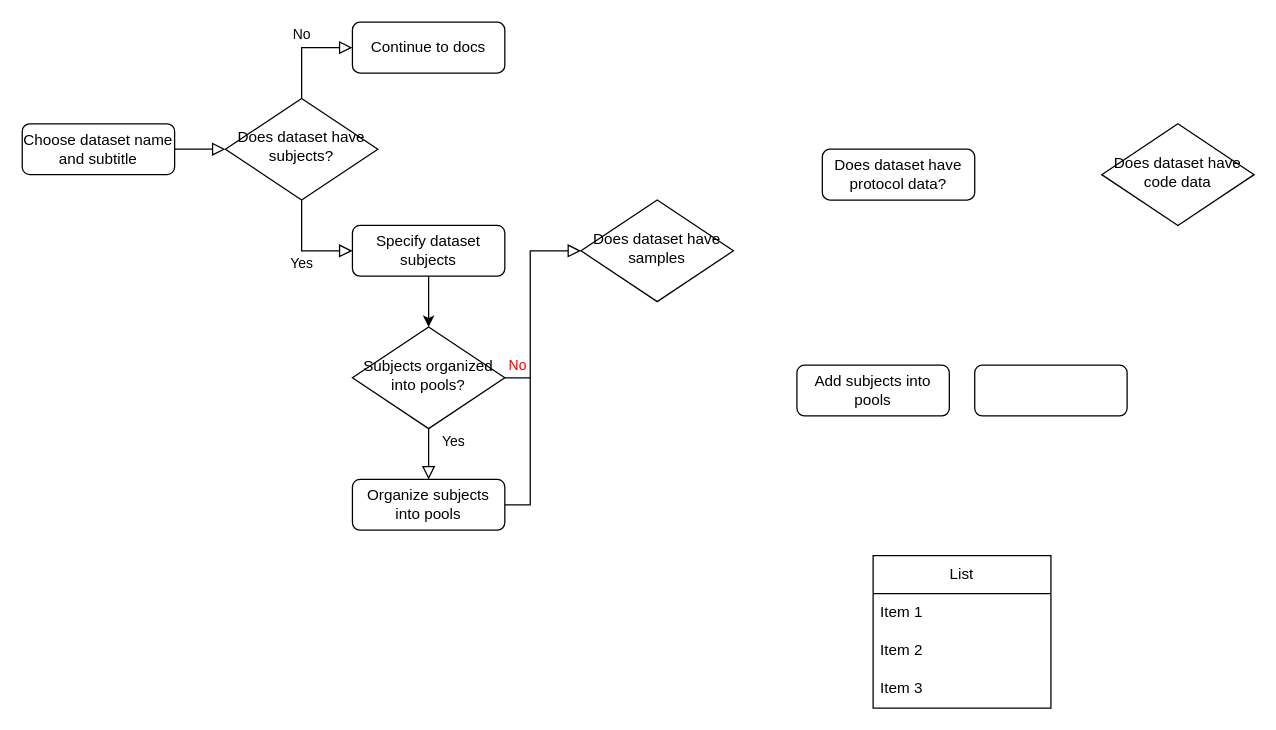
JacobiClark/Guided-Mode-Flow-Chart keeps this draw.io diagram as Untitled Diagram.drawio. Above is the earlier version. Source tidied: cells renumbered, new cells numbered last; positions are measured from the earlier drawing's top-left corner, leaving out a move shared by most shapes. Both pictures are drawn from the tidied source at 127%, with x=0, y=0 at pixel (22, 22).
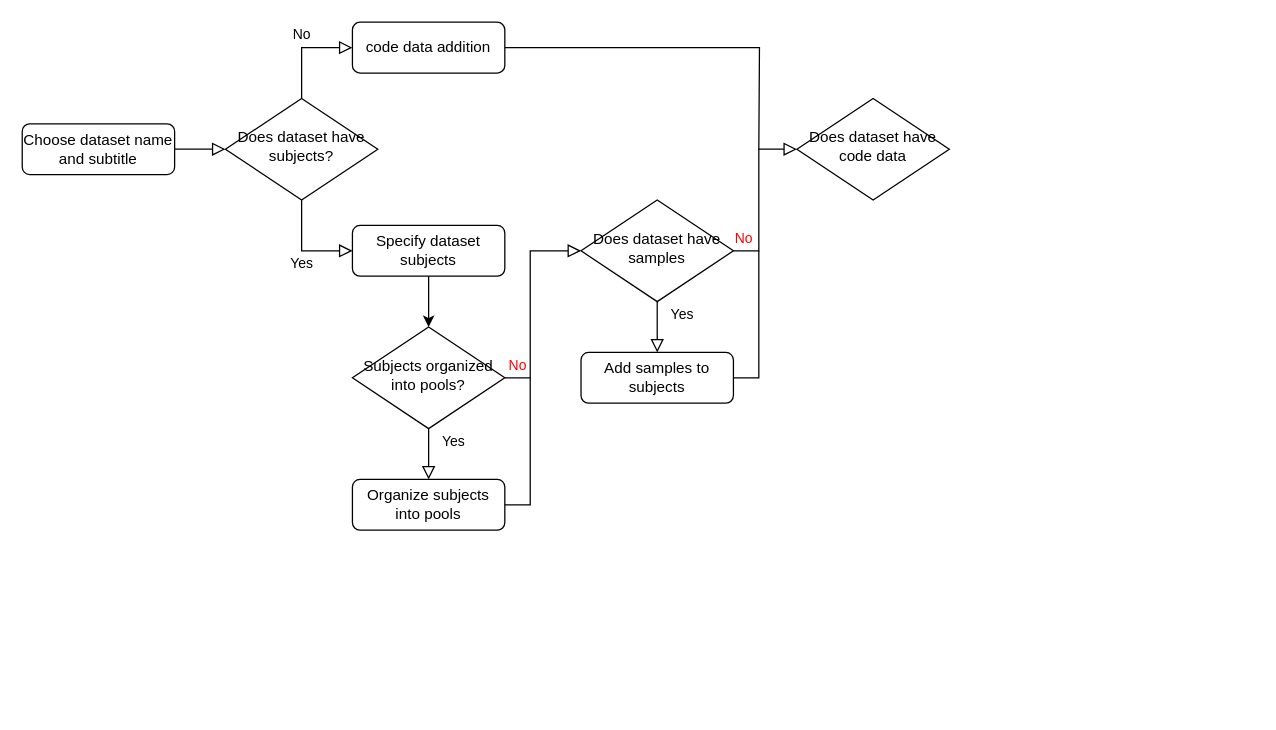
Above is the later version.

Commit message:
Subject/sample/pool flow

Change to the diagram source:
```diff
@@
-    <mxCell id="6" value="Continue to docs" style="rounded=1;whiteSpace=wrap;html=1;fontSize=12;glass=0;strokeWidth=1;shadow=0;" parent="1" vertex="1">
+    <mxCell id="6" value="code data addition" style="rounded=1;whiteSpace=wrap;html=1;fontSize=12;glass=0;strokeWidth=1;shadow=0;" parent="1" vertex="1">
       <mxGeometry x="260" width="120" height="40" as="geometry" />
     </mxCell>
@@
-    <mxCell id="12" value="Add subjects into pools" style="rounded=1;whiteSpace=wrap;html=1;fontSize=12;glass=0;strokeWidth=1;shadow=0;" parent="1" vertex="1">
-      <mxGeometry x="610" y="270" width="120" height="40" as="geometry" />
-    </mxCell>
-    <mxCell id="13" value="List" style="swimlane;fontStyle=0;horizontal=1;startSize=30;whiteSpace=wrap;html=1;" parent="1" vertex="1">
-      <mxGeometry x="670" y="420" width="140" height="120" as="geometry" />
-    </mxCell>
-    <mxCell id="14" value="Item 1" style="text;strokeColor=none;fillColor=none;align=left;verticalAlign=middle;spacingLeft=4;spacingRight=4;overflow=hidden;whiteSpace=wrap;html=1;" parent="13" vertex="1">
-      <mxGeometry y="30" width="140" height="30" as="geometry" />
-    </mxCell>
-    <mxCell id="15" value="Item 2" style="text;strokeColor=none;fillColor=none;align=left;verticalAlign=middle;spacingLeft=4;spacingRight=4;overflow=hidden;whiteSpace=wrap;html=1;" parent="13" vertex="1">
-      <mxGeometry y="60" width="140" height="30" as="geometry" />
-    </mxCell>
-    <mxCell id="16" value="Item 3" style="text;strokeColor=none;fillColor=none;align=left;verticalAlign=middle;spacingLeft=4;spacingRight=4;overflow=hidden;whiteSpace=wrap;html=1;" parent="13" vertex="1">
-      <mxGeometry y="90" width="140" height="30" as="geometry" />
-    </mxCell>
-    <mxCell id="17" value="Does dataset have protocol data?" style="rounded=1;whiteSpace=wrap;html=1;fontSize=12;glass=0;strokeWidth=1;shadow=0;" parent="1" vertex="1">
-      <mxGeometry x="630" y="100" width="120" height="40" as="geometry" />
-    </mxCell>
-    <mxCell id="18" style="rounded=1;whiteSpace=wrap;html=1;fontSize=12;glass=0;strokeWidth=1;shadow=0;" parent="1" vertex="1">
-      <mxGeometry x="750" y="270" width="120" height="40" as="geometry" />
-    </mxCell>
@@
     <mxCell id="20" value="Does dataset have code data" style="rhombus;whiteSpace=wrap;html=1;shadow=0;fontFamily=Helvetica;fontSize=12;align=center;strokeWidth=1;spacing=6;spacingTop=-4;" parent="1" vertex="1">
-      <mxGeometry x="850" y="80" width="120" height="80" as="geometry" />
+      <mxGeometry x="610" y="60" width="120" height="80" as="geometry" />
     </mxCell>
@@
+    <mxCell id="24" value="Add samples to subjects" style="rounded=1;whiteSpace=wrap;html=1;fontSize=12;glass=0;strokeWidth=1;shadow=0;" parent="1" vertex="1">
+      <mxGeometry x="440" y="260" width="120" height="40" as="geometry" />
+    </mxCell>
+    <mxCell id="25" value="Yes" style="rounded=0;html=1;jettySize=auto;fontSize=11;endArrow=block;endFill=0;endSize=8;strokeWidth=1;shadow=0;labelBackgroundColor=none;exitX=0.5;exitY=1;exitDx=0;exitDy=0;entryX=0.5;entryY=0;entryDx=0;entryDy=0;align=right;" parent="1" edge="1" target="24">
+      <mxGeometry x="-0.49" y="30" relative="1" as="geometry">
+        <mxPoint x="500" y="220" as="sourcePoint" />
+      </mxGeometry>
+    </mxCell>
+    <mxCell id="26" style="endArrow=none;html=1;rounded=0;exitX=1;exitY=0.5;exitDx=0;exitDy=0;edgeStyle=orthogonalEdgeStyle;" parent="1" edge="1">
+      <mxGeometry relative="1" as="geometry">
+        <mxPoint x="560" y="280" as="sourcePoint" />
+        <mxPoint x="580" y="180" as="targetPoint" />
+        <Array as="points">
+          <mxPoint x="580" y="280" />
+          <mxPoint x="580" y="180" />
+        </Array>
+      </mxGeometry>
+    </mxCell>
+    <mxCell id="27" value="No" style="edgeStyle=orthogonalEdgeStyle;rounded=0;html=1;jettySize=auto;fontSize=11;endArrow=block;endFill=0;endSize=8;strokeWidth=1;shadow=0;labelBackgroundColor=none;exitX=1;exitY=0.5;exitDx=0;exitDy=0;fontColor=#FF0000;entryX=0;entryY=0.5;entryDx=0;entryDy=0;" parent="1" edge="1" target="20">
+      <mxGeometry x="-0.88" y="10" relative="1" as="geometry">
+        <mxPoint x="560" y="180" as="sourcePoint" />
+        <Array as="points">
+          <mxPoint x="580" y="180" />
+          <mxPoint x="580" y="100" />
+        </Array>
+      </mxGeometry>
+    </mxCell>
+    <mxCell id="28" style="endArrow=none;html=1;rounded=0;fontColor=#FF0000;exitX=1;exitY=0.5;exitDx=0;exitDy=0;edgeStyle=orthogonalEdgeStyle;" parent="1" edge="1" source="6">
+      <mxGeometry relative="1" as="geometry">
+        <mxPoint x="580" y="100" as="targetPoint" />
+      </mxGeometry>
+    </mxCell>
```
